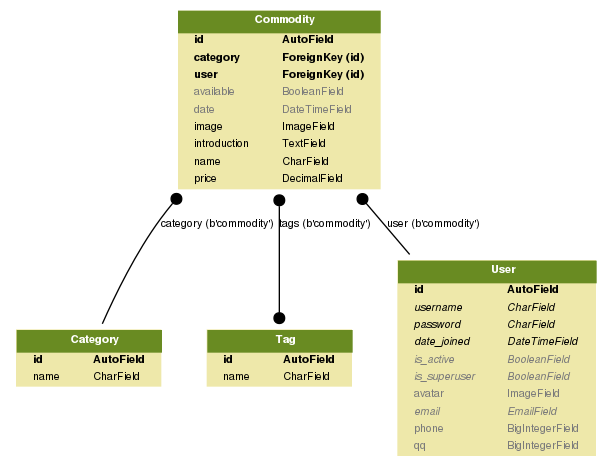
netcan/HFUT_Market keeps this Graphviz diagram as er.png. Above is the earlier version. Its source is kept beside it as er.dot. Its diagram source:
```dot
digraph model_graph {

  fontname = "Helvetica"
  fontsize = 8
  splines  = true

  node [
    fontname = "Helvetica"
    fontsize = 8
    shape = "plaintext"
  ]

  edge [
    fontname = "Helvetica"
    fontsize = 8
  ]



  market_models_Commodity [label=<
    <TABLE BGCOLOR="palegoldenrod" BORDER="0" CELLBORDER="0" CELLSPACING="0">
    <TR><TD COLSPAN="2" CELLPADDING="4" ALIGN="CENTER" BGCOLOR="olivedrab4">
    <FONT FACE="Helvetica Bold" COLOR="white">
    Commodity
    </FONT></TD></TR>

    <TR><TD ALIGN="LEFT" BORDER="0">
    <FONT FACE="Helvetica Bold">id</FONT>
    </TD><TD ALIGN="LEFT">
    <FONT FACE="Helvetica Bold">AutoField</FONT>
    </TD></TR>

    <TR><TD ALIGN="LEFT" BORDER="0">
    <FONT FACE="Helvetica Bold">category</FONT>
    </TD><TD ALIGN="LEFT">
    <FONT FACE="Helvetica Bold">ForeignKey (id)</FONT>
    </TD></TR>

    <TR><TD ALIGN="LEFT" BORDER="0">
    <FONT FACE="Helvetica Bold">user</FONT>
    </TD><TD ALIGN="LEFT">
    <FONT FACE="Helvetica Bold">ForeignKey (id)</FONT>
    </TD></TR>

    <TR><TD ALIGN="LEFT" BORDER="0">
    <FONT COLOR="#7B7B7B" FACE="Helvetica ">available</FONT>
    </TD><TD ALIGN="LEFT">
    <FONT COLOR="#7B7B7B" FACE="Helvetica ">BooleanField</FONT>
    </TD></TR>

    <TR><TD ALIGN="LEFT" BORDER="0">
    <FONT COLOR="#7B7B7B" FACE="Helvetica ">date</FONT>
    </TD><TD ALIGN="LEFT">
    <FONT COLOR="#7B7B7B" FACE="Helvetica ">DateTimeField</FONT>
    </TD></TR>

    <TR><TD ALIGN="LEFT" BORDER="0">
    <FONT FACE="Helvetica ">image</FONT>
    </TD><TD ALIGN="LEFT">
    <FONT FACE="Helvetica ">ImageField</FONT>
    </TD></TR>

    <TR><TD ALIGN="LEFT" BORDER="0">
    <FONT FACE="Helvetica ">introduction</FONT>
    </TD><TD ALIGN="LEFT">
    <FONT FACE="Helvetica ">TextField</FONT>
    </TD></TR>

    <TR><TD ALIGN="LEFT" BORDER="0">
    <FONT FACE="Helvetica ">name</FONT>
    </TD><TD ALIGN="LEFT">
    <FONT FACE="Helvetica ">CharField</FONT>
    </TD></TR>

    <TR><TD ALIGN="LEFT" BORDER="0">
    <FONT FACE="Helvetica ">price</FONT>
    </TD><TD ALIGN="LEFT">
    <FONT FACE="Helvetica ">DecimalField</FONT>
    </TD></TR>

    </TABLE>
    >]

  market_models_Category [label=<
    <TABLE BGCOLOR="palegoldenrod" BORDER="0" CELLBORDER="0" CELLSPACING="0">
    <TR><TD COLSPAN="2" CELLPADDING="4" ALIGN="CENTER" BGCOLOR="olivedrab4">
    <FONT FACE="Helvetica Bold" COLOR="white">
    Category
    </FONT></TD></TR>

    <TR><TD ALIGN="LEFT" BORDER="0">
    <FONT FACE="Helvetica Bold">id</FONT>
    </TD><TD ALIGN="LEFT">
    <FONT FACE="Helvetica Bold">AutoField</FONT>
    </TD></TR>

    <TR><TD ALIGN="LEFT" BORDER="0">
    <FONT FACE="Helvetica ">name</FONT>
    </TD><TD ALIGN="LEFT">
    <FONT FACE="Helvetica ">CharField</FONT>
    </TD></TR>

    </TABLE>
    >]

  market_models_Tag [label=<
    <TABLE BGCOLOR="palegoldenrod" BORDER="0" CELLBORDER="0" CELLSPACING="0">
    <TR><TD COLSPAN="2" CELLPADDING="4" ALIGN="CENTER" BGCOLOR="olivedrab4">
    <FONT FACE="Helvetica Bold" COLOR="white">
    Tag
    </FONT></TD></TR>

    <TR><TD ALIGN="LEFT" BORDER="0">
    <FONT FACE="Helvetica Bold">id</FONT>
    </TD><TD ALIGN="LEFT">
    <FONT FACE="Helvetica Bold">AutoField</FONT>
    </TD></TR>

    <TR><TD ALIGN="LEFT" BORDER="0">
    <FONT FACE="Helvetica ">name</FONT>
    </TD><TD ALIGN="LEFT">
    <FONT FACE="Helvetica ">CharField</FONT>
    </TD></TR>

    </TABLE>
    >]


  django_contrib_auth_models_User [label=<
    <TABLE BGCOLOR="palegoldenrod" BORDER="0" CELLBORDER="0" CELLSPACING="0">
    <TR><TD COLSPAN="2" CELLPADDING="4" ALIGN="CENTER" BGCOLOR="olivedrab4">
    <FONT FACE="Helvetica Bold" COLOR="white">
    User
    </FONT></TD></TR>

    <TR><TD ALIGN="LEFT" BORDER="0">
    <FONT FACE="Helvetica Bold">id</FONT>
    </TD><TD ALIGN="LEFT">
    <FONT FACE="Helvetica Bold">AutoField</FONT>
    </TD></TR>

    <TR><TD ALIGN="LEFT" BORDER="0">
    <FONT FACE="Helvetica Italic">username</FONT>
    </TD><TD ALIGN="LEFT">
    <FONT FACE="Helvetica Italic">CharField</FONT>
    </TD></TR>

    <TR><TD ALIGN="LEFT" BORDER="0">
    <FONT FACE="Helvetica Italic">password</FONT>
    </TD><TD ALIGN="LEFT">
    <FONT FACE="Helvetica Italic">CharField</FONT>
    </TD></TR>

    <TR><TD ALIGN="LEFT" BORDER="0">
    <FONT FACE="Helvetica Italic">date_joined</FONT>
    </TD><TD ALIGN="LEFT">
    <FONT FACE="Helvetica Italic">DateTimeField</FONT>
    </TD></TR>

    <TR><TD ALIGN="LEFT" BORDER="0">
    <FONT COLOR="#7B7B7B" FACE="Helvetica Italic">is_active</FONT>
    </TD><TD ALIGN="LEFT">
    <FONT COLOR="#7B7B7B" FACE="Helvetica Italic">BooleanField</FONT>
    </TD></TR>

    <TR><TD ALIGN="LEFT" BORDER="0">
    <FONT COLOR="#7B7B7B" FACE="Helvetica Italic">is_superuser</FONT>
    </TD><TD ALIGN="LEFT">
    <FONT COLOR="#7B7B7B" FACE="Helvetica Italic">BooleanField</FONT>
    </TD></TR>

    <TR><TD ALIGN="LEFT" BORDER="0">
    <FONT COLOR="#7B7B7B" FACE="Helvetica ">avatar</FONT>
    </TD><TD ALIGN="LEFT">
    <FONT COLOR="#7B7B7B" FACE="Helvetica ">ImageField</FONT>
    </TD></TR>

    <TR><TD ALIGN="LEFT" BORDER="0">
    <FONT COLOR="#7B7B7B" FACE="Helvetica Italic">email</FONT>
    </TD><TD ALIGN="LEFT">
    <FONT COLOR="#7B7B7B" FACE="Helvetica Italic">EmailField</FONT>
    </TD></TR>

    <TR><TD ALIGN="LEFT" BORDER="0">
    <FONT COLOR="#7B7B7B" FACE="Helvetica ">phone</FONT>
    </TD><TD ALIGN="LEFT">
    <FONT COLOR="#7B7B7B" FACE="Helvetica ">BigIntegerField</FONT>
    </TD></TR>

    <TR><TD ALIGN="LEFT" BORDER="0">
    <FONT COLOR="#7B7B7B" FACE="Helvetica ">qq</FONT>
    </TD><TD ALIGN="LEFT">
    <FONT COLOR="#7B7B7B" FACE="Helvetica ">BigIntegerField</FONT>
    </TD></TR>

    </TABLE>
    >]





  market_models_Commodity -> market_models_Category
  [label="category (b&#39;commodity&#39;)"] [arrowhead=none, arrowtail=dot, dir=both];

  market_models_Commodity -> django_contrib_auth_models_User
  [label="user (b&#39;commodity&#39;)"] [arrowhead=none, arrowtail=dot, dir=both];

  market_models_Commodity -> market_models_Tag
  [label="tags (b&#39;commodity&#39;)"] [arrowhead=dot arrowtail=dot, dir=both];



}
```
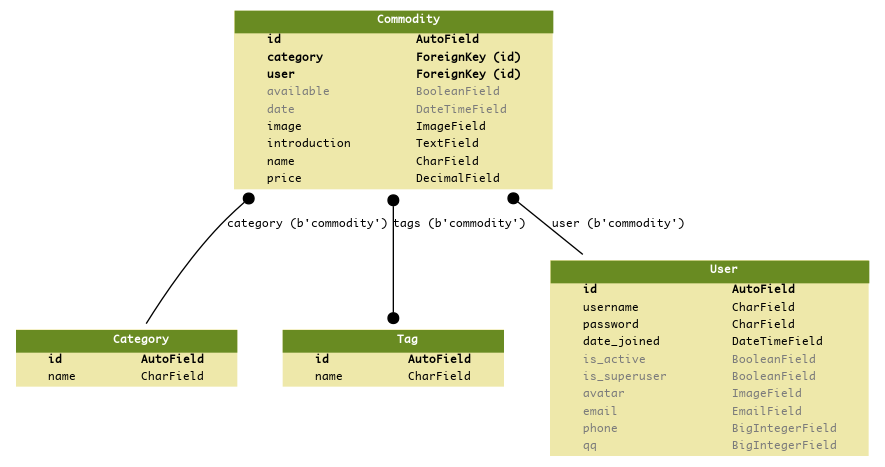
The same file after the commit.

The edit, as a diff of the source:
```diff
@@ -1,17 +1,17 @@
 digraph model_graph {
 
-  fontname = "Helvetica"
+  fontname = "Monaco"
   fontsize = 8
   splines  = true
 
   node [
-    fontname = "Helvetica"
+    fontname = "Monaco"
     fontsize = 8
     shape = "plaintext"
   ]
 
   edge [
-    fontname = "Helvetica"
+    fontname = "Monaco"
     fontsize = 8
   ]
 
@@ -20,62 +20,62 @@
   market_models_Commodity [label=<
     <TABLE BGCOLOR="palegoldenrod" BORDER="0" CELLBORDER="0" CELLSPACING="0">
     <TR><TD COLSPAN="2" CELLPADDING="4" ALIGN="CENTER" BGCOLOR="olivedrab4">
-    <FONT FACE="Helvetica Bold" COLOR="white">
+    <FONT FACE="Monaco Bold" COLOR="white">
     Commodity
     </FONT></TD></TR>
 
     <TR><TD ALIGN="LEFT" BORDER="0">
-    <FONT FACE="Helvetica Bold">id</FONT>
+    <FONT FACE="Monaco Bold">id</FONT>
     </TD><TD ALIGN="LEFT">
-    <FONT FACE="Helvetica Bold">AutoField</FONT>
+    <FONT FACE="Monaco Bold">AutoField</FONT>
     </TD></TR>
 
     <TR><TD ALIGN="LEFT" BORDER="0">
-    <FONT FACE="Helvetica Bold">category</FONT>
+    <FONT FACE="Monaco Bold">category</FONT>
     </TD><TD ALIGN="LEFT">
-    <FONT FACE="Helvetica Bold">ForeignKey (id)</FONT>
+    <FONT FACE="Monaco Bold">ForeignKey (id)</FONT>
     </TD></TR>
 
     <TR><TD ALIGN="LEFT" BORDER="0">
-    <FONT FACE="Helvetica Bold">user</FONT>
+    <FONT FACE="Monaco Bold">user</FONT>
     </TD><TD ALIGN="LEFT">
-    <FONT FACE="Helvetica Bold">ForeignKey (id)</FONT>
+    <FONT FACE="Monaco Bold">ForeignKey (id)</FONT>
     </TD></TR>
 
     <TR><TD ALIGN="LEFT" BORDER="0">
-    <FONT COLOR="#7B7B7B" FACE="Helvetica ">available</FONT>
+    <FONT COLOR="#7B7B7B" FACE="Monaco ">available</FONT>
     </TD><TD ALIGN="LEFT">
-    <FONT COLOR="#7B7B7B" FACE="Helvetica ">BooleanField</FONT>
+    <FONT COLOR="#7B7B7B" FACE="Monaco ">BooleanField</FONT>
     </TD></TR>
 
     <TR><TD ALIGN="LEFT" BORDER="0">
-    <FONT COLOR="#7B7B7B" FACE="Helvetica ">date</FONT>
+    <FONT COLOR="#7B7B7B" FACE="Monaco ">date</FONT>
     </TD><TD ALIGN="LEFT">
-    <FONT COLOR="#7B7B7B" FACE="Helvetica ">DateTimeField</FONT>
+    <FONT COLOR="#7B7B7B" FACE="Monaco ">DateTimeField</FONT>
     </TD></TR>
 
     <TR><TD ALIGN="LEFT" BORDER="0">
-    <FONT FACE="Helvetica ">image</FONT>
+    <FONT FACE="Monaco ">image</FONT>
     </TD><TD ALIGN="LEFT">
-    <FONT FACE="Helvetica ">ImageField</FONT>
+    <FONT FACE="Monaco ">ImageField</FONT>
     </TD></TR>
 
     <TR><TD ALIGN="LEFT" BORDER="0">
-    <FONT FACE="Helvetica ">introduction</FONT>
+    <FONT FACE="Monaco ">introduction</FONT>
     </TD><TD ALIGN="LEFT">
-    <FONT FACE="Helvetica ">TextField</FONT>
+    <FONT FACE="Monaco ">TextField</FONT>
     </TD></TR>
 
     <TR><TD ALIGN="LEFT" BORDER="0">
-    <FONT FACE="Helvetica ">name</FONT>
+    <FONT FACE="Monaco ">name</FONT>
     </TD><TD ALIGN="LEFT">
-    <FONT FACE="Helvetica ">CharField</FONT>
+    <FONT FACE="Monaco ">CharField</FONT>
     </TD></TR>
 
     <TR><TD ALIGN="LEFT" BORDER="0">
-    <FONT FACE="Helvetica ">price</FONT>
+    <FONT FACE="Monaco ">price</FONT>
     </TD><TD ALIGN="LEFT">
-    <FONT FACE="Helvetica ">DecimalField</FONT>
+    <FONT FACE="Monaco ">DecimalField</FONT>
     </TD></TR>
 
     </TABLE>
@@ -84,20 +84,20 @@
   market_models_Category [label=<
     <TABLE BGCOLOR="palegoldenrod" BORDER="0" CELLBORDER="0" CELLSPACING="0">
     <TR><TD COLSPAN="2" CELLPADDING="4" ALIGN="CENTER" BGCOLOR="olivedrab4">
-    <FONT FACE="Helvetica Bold" COLOR="white">
+    <FONT FACE="Monaco Bold" COLOR="white">
     Category
     </FONT></TD></TR>
 
     <TR><TD ALIGN="LEFT" BORDER="0">
-    <FONT FACE="Helvetica Bold">id</FONT>
+    <FONT FACE="Monaco Bold">id</FONT>
     </TD><TD ALIGN="LEFT">
-    <FONT FACE="Helvetica Bold">AutoField</FONT>
+    <FONT FACE="Monaco Bold">AutoField</FONT>
     </TD></TR>
 
     <TR><TD ALIGN="LEFT" BORDER="0">
-    <FONT FACE="Helvetica ">name</FONT>
+    <FONT FACE="Monaco ">name</FONT>
     </TD><TD ALIGN="LEFT">
-    <FONT FACE="Helvetica ">CharField</FONT>
+    <FONT FACE="Monaco ">CharField</FONT>
     </TD></TR>
 
     </TABLE>
@@ -106,20 +106,20 @@
   market_models_Tag [label=<
     <TABLE BGCOLOR="palegoldenrod" BORDER="0" CELLBORDER="0" CELLSPACING="0">
     <TR><TD COLSPAN="2" CELLPADDING="4" ALIGN="CENTER" BGCOLOR="olivedrab4">
-    <FONT FACE="Helvetica Bold" COLOR="white">
+    <FONT FACE="Monaco Bold" COLOR="white">
     Tag
     </FONT></TD></TR>
 
     <TR><TD ALIGN="LEFT" BORDER="0">
-    <FONT FACE="Helvetica Bold">id</FONT>
+    <FONT FACE="Monaco Bold">id</FONT>
     </TD><TD ALIGN="LEFT">
-    <FONT FACE="Helvetica Bold">AutoField</FONT>
+    <FONT FACE="Monaco Bold">AutoField</FONT>
     </TD></TR>
 
     <TR><TD ALIGN="LEFT" BORDER="0">
-    <FONT FACE="Helvetica ">name</FONT>
+    <FONT FACE="Monaco ">name</FONT>
     </TD><TD ALIGN="LEFT">
-    <FONT FACE="Helvetica ">CharField</FONT>
+    <FONT FACE="Monaco ">CharField</FONT>
     </TD></TR>
 
     </TABLE>
@@ -129,68 +129,68 @@
   django_contrib_auth_models_User [label=<
     <TABLE BGCOLOR="palegoldenrod" BORDER="0" CELLBORDER="0" CELLSPACING="0">
     <TR><TD COLSPAN="2" CELLPADDING="4" ALIGN="CENTER" BGCOLOR="olivedrab4">
-    <FONT FACE="Helvetica Bold" COLOR="white">
+    <FONT FACE="Monaco Bold" COLOR="white">
     User
     </FONT></TD></TR>
 
     <TR><TD ALIGN="LEFT" BORDER="0">
-    <FONT FACE="Helvetica Bold">id</FONT>
+    <FONT FACE="Monaco Bold">id</FONT>
     </TD><TD ALIGN="LEFT">
-    <FONT FACE="Helvetica Bold">AutoField</FONT>
+    <FONT FACE="Monaco Bold">AutoField</FONT>
     </TD></TR>
 
     <TR><TD ALIGN="LEFT" BORDER="0">
-    <FONT FACE="Helvetica Italic">username</FONT>
+    <FONT FACE="Monaco ">username</FONT>
     </TD><TD ALIGN="LEFT">
-    <FONT FACE="Helvetica Italic">CharField</FONT>
+    <FONT FACE="Monaco ">CharField</FONT>
     </TD></TR>
 
     <TR><TD ALIGN="LEFT" BORDER="0">
-    <FONT FACE="Helvetica Italic">password</FONT>
+    <FONT FACE="Monaco ">password</FONT>
     </TD><TD ALIGN="LEFT">
-    <FONT FACE="Helvetica Italic">CharField</FONT>
+    <FONT FACE="Monaco ">CharField</FONT>
     </TD></TR>
 
     <TR><TD ALIGN="LEFT" BORDER="0">
-    <FONT FACE="Helvetica Italic">date_joined</FONT>
+    <FONT FACE="Monaco ">date_joined</FONT>
     </TD><TD ALIGN="LEFT">
-    <FONT FACE="Helvetica Italic">DateTimeField</FONT>
+    <FONT FACE="Monaco ">DateTimeField</FONT>
     </TD></TR>
 
     <TR><TD ALIGN="LEFT" BORDER="0">
-    <FONT COLOR="#7B7B7B" FACE="Helvetica Italic">is_active</FONT>
+    <FONT COLOR="#7B7B7B" FACE="Monaco ">is_active</FONT>
     </TD><TD ALIGN="LEFT">
-    <FONT COLOR="#7B7B7B" FACE="Helvetica Italic">BooleanField</FONT>
+    <FONT COLOR="#7B7B7B" FACE="Monaco ">BooleanField</FONT>
     </TD></TR>
 
     <TR><TD ALIGN="LEFT" BORDER="0">
-    <FONT COLOR="#7B7B7B" FACE="Helvetica Italic">is_superuser</FONT>
+    <FONT COLOR="#7B7B7B" FACE="Monaco ">is_superuser</FONT>
     </TD><TD ALIGN="LEFT">
-    <FONT COLOR="#7B7B7B" FACE="Helvetica Italic">BooleanField</FONT>
+    <FONT COLOR="#7B7B7B" FACE="Monaco ">BooleanField</FONT>
     </TD></TR>
 
     <TR><TD ALIGN="LEFT" BORDER="0">
-    <FONT COLOR="#7B7B7B" FACE="Helvetica ">avatar</FONT>
+    <FONT COLOR="#7B7B7B" FACE="Monaco ">avatar</FONT>
     </TD><TD ALIGN="LEFT">
-    <FONT COLOR="#7B7B7B" FACE="Helvetica ">ImageField</FONT>
+    <FONT COLOR="#7B7B7B" FACE="Monaco ">ImageField</FONT>
     </TD></TR>
 
     <TR><TD ALIGN="LEFT" BORDER="0">
-    <FONT COLOR="#7B7B7B" FACE="Helvetica Italic">email</FONT>
+    <FONT COLOR="#7B7B7B" FACE="Monaco ">email</FONT>
     </TD><TD ALIGN="LEFT">
-    <FONT COLOR="#7B7B7B" FACE="Helvetica Italic">EmailField</FONT>
+    <FONT COLOR="#7B7B7B" FACE="Monaco ">EmailField</FONT>
     </TD></TR>
 
     <TR><TD ALIGN="LEFT" BORDER="0">
-    <FONT COLOR="#7B7B7B" FACE="Helvetica ">phone</FONT>
+    <FONT COLOR="#7B7B7B" FACE="Monaco ">phone</FONT>
     </TD><TD ALIGN="LEFT">
-    <FONT COLOR="#7B7B7B" FACE="Helvetica ">BigIntegerField</FONT>
+    <FONT COLOR="#7B7B7B" FACE="Monaco ">BigIntegerField</FONT>
     </TD></TR>
 
     <TR><TD ALIGN="LEFT" BORDER="0">
-    <FONT COLOR="#7B7B7B" FACE="Helvetica ">qq</FONT>
+    <FONT COLOR="#7B7B7B" FACE="Monaco ">qq</FONT>
     </TD><TD ALIGN="LEFT">
-    <FONT COLOR="#7B7B7B" FACE="Helvetica ">BigIntegerField</FONT>
+    <FONT COLOR="#7B7B7B" FACE="Monaco ">BigIntegerField</FONT>
     </TD></TR>
 
     </TABLE>
```
